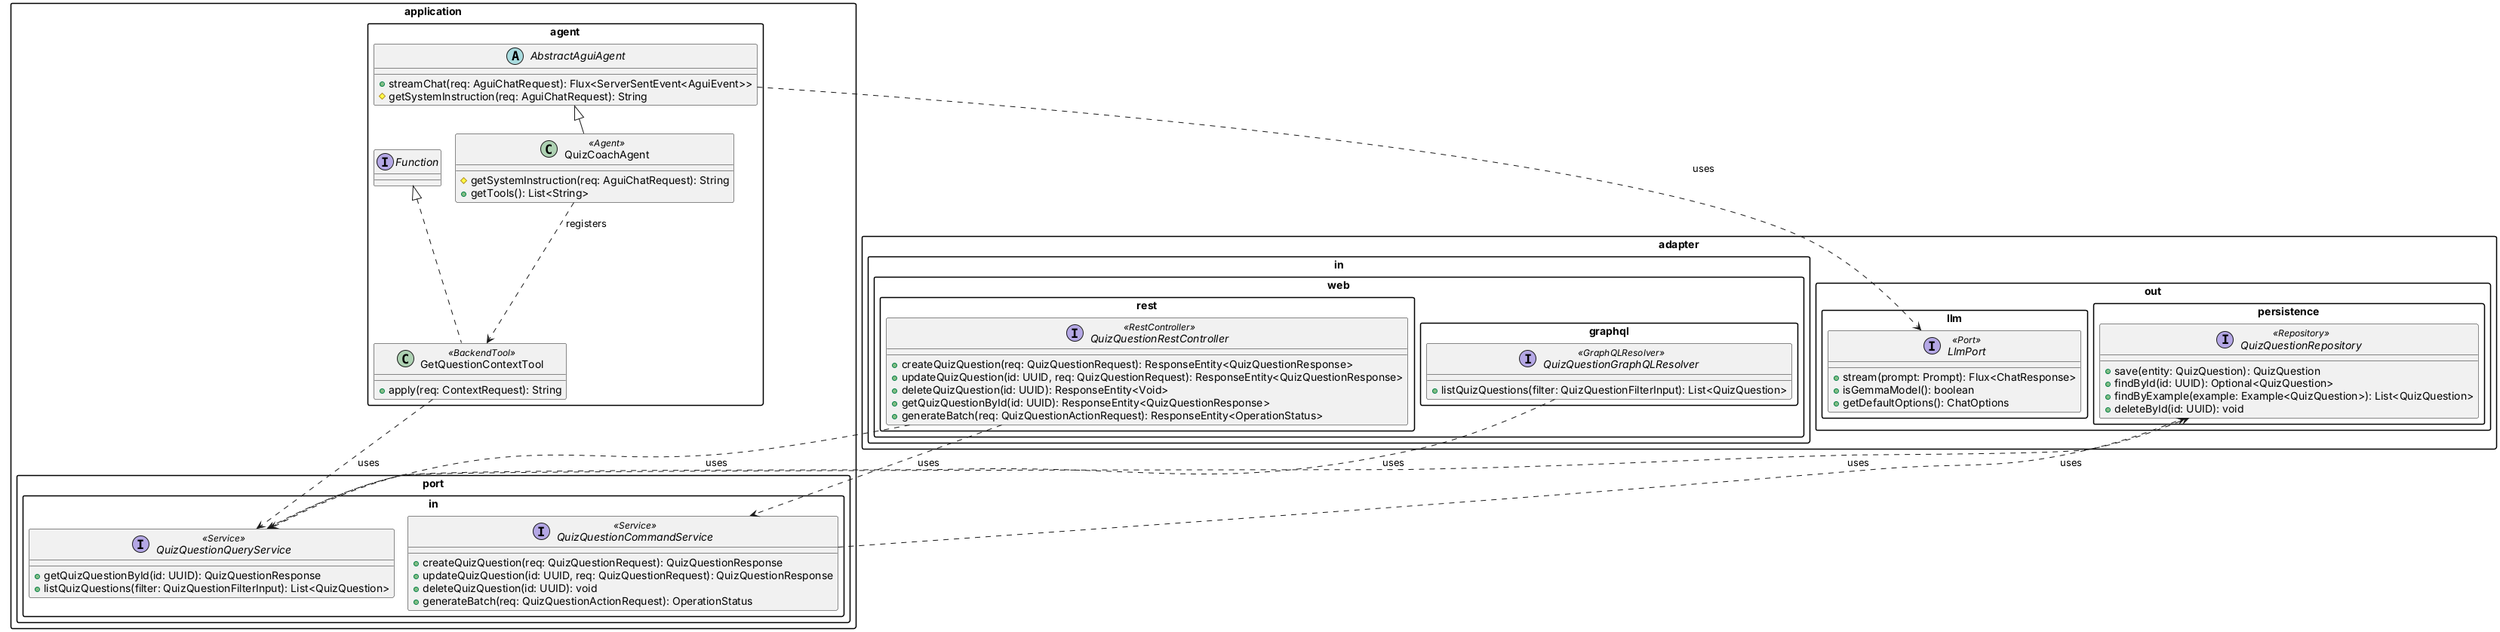
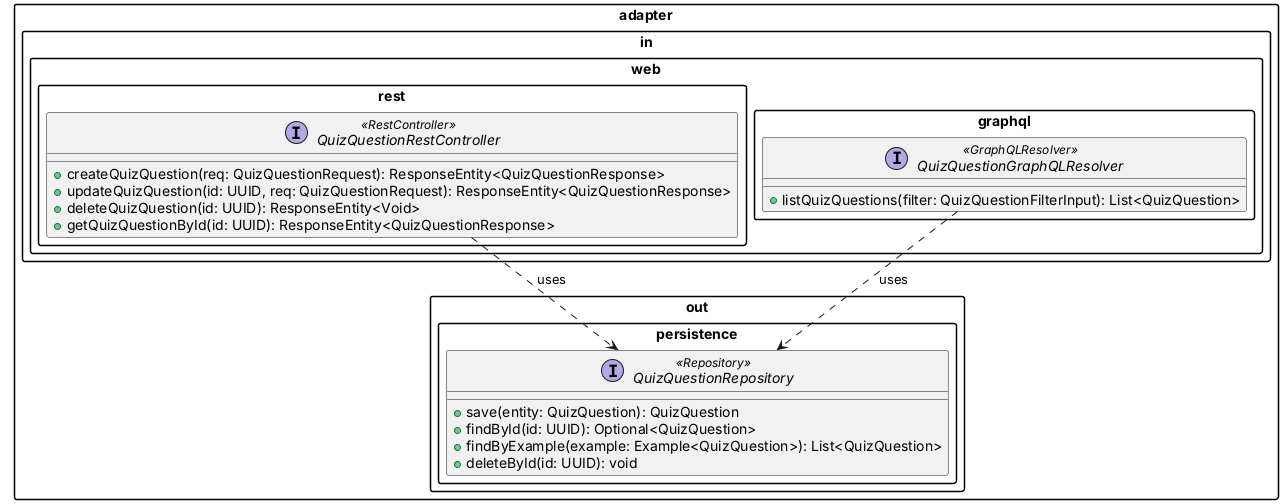
@startuml quiz_question_contract

!pragma layout smetana
skinparam packageStyle rectangle
skinparam defaultFontName Inter

package "adapter.in.web.rest" {
  interface "QuizQuestionRestController" <<RestController>> {
    + createQuizQuestion(req: QuizQuestionRequest): ResponseEntity<QuizQuestionResponse>
    + updateQuizQuestion(id: UUID, req: QuizQuestionRequest): ResponseEntity<QuizQuestionResponse>
    + deleteQuizQuestion(id: UUID): ResponseEntity<Void>
    + getQuizQuestionById(id: UUID): ResponseEntity<QuizQuestionResponse>
-     + generateBatch(req: QuizQuestionActionRequest): ResponseEntity<OperationStatus>
  }
}

package "adapter.in.web.graphql" {
  interface "QuizQuestionGraphQLResolver" <<GraphQLResolver>> {
    + listQuizQuestions(filter: QuizQuestionFilterInput): List<QuizQuestion>
  }
}
- 
- package "application.port.in" {
-   interface "QuizQuestionCommandService" <<Service>> {
-     + createQuizQuestion(req: QuizQuestionRequest): QuizQuestionResponse
-     + updateQuizQuestion(id: UUID, req: QuizQuestionRequest): QuizQuestionResponse
-     + deleteQuizQuestion(id: UUID): void
-     + generateBatch(req: QuizQuestionActionRequest): OperationStatus
-   }
- 
-   interface "QuizQuestionQueryService" <<Service>> {
-     + getQuizQuestionById(id: UUID): QuizQuestionResponse
-     + listQuizQuestions(filter: QuizQuestionFilterInput): List<QuizQuestion>
-   }
- }
- 
- package "application.agent" {
-   abstract class "AbstractAguiAgent" {
-     + streamChat(req: AguiChatRequest): Flux<ServerSentEvent<AguiEvent>>
-     # getSystemInstruction(req: AguiChatRequest): String
-   }
- 
-   class "QuizCoachAgent" <<Agent>> {
-     # getSystemInstruction(req: AguiChatRequest): String
-     + getTools(): List<String>
-   }
- 
-   class "GetQuestionContextTool" <<BackendTool>> implements Function {
-     + apply(req: ContextRequest): String
-   }
- }
- 
- "QuizCoachAgent" -up-|> "AbstractAguiAgent"
- "QuizCoachAgent" ..> "GetQuestionContextTool" : registers

package "adapter.out.persistence" {
  interface "QuizQuestionRepository" <<Repository>> {
    + save(entity: QuizQuestion): QuizQuestion
    + findById(id: UUID): Optional<QuizQuestion>
    + findByExample(example: Example<QuizQuestion>): List<QuizQuestion>
    + deleteById(id: UUID): void
  }
}

- package "adapter.out.llm" {
-   interface "LlmPort" <<Port>> {
-     + stream(prompt: Prompt): Flux<ChatResponse>
-     + isGemmaModel(): boolean
-     + getDefaultOptions(): ChatOptions
-   }
- }
- 
- "QuizQuestionRestController"  ..> "QuizQuestionCommandService" : uses
- "QuizQuestionRestController"  ..> "QuizQuestionQueryService" : uses
- "QuizQuestionGraphQLResolver" ..> "QuizQuestionQueryService" : uses
- "QuizQuestionCommandService"  ..> "QuizQuestionRepository" : uses
- "QuizQuestionQueryService"    ..> "QuizQuestionRepository" : uses
- 
- "GetQuestionContextTool" ..> "QuizQuestionQueryService" : uses
- "AbstractAguiAgent" ..> "LlmPort" : uses
+ "QuizQuestionRestController"  ..> "QuizQuestionRepository" : uses
+ "QuizQuestionGraphQLResolver" ..> "QuizQuestionRepository" : uses

@enduml
